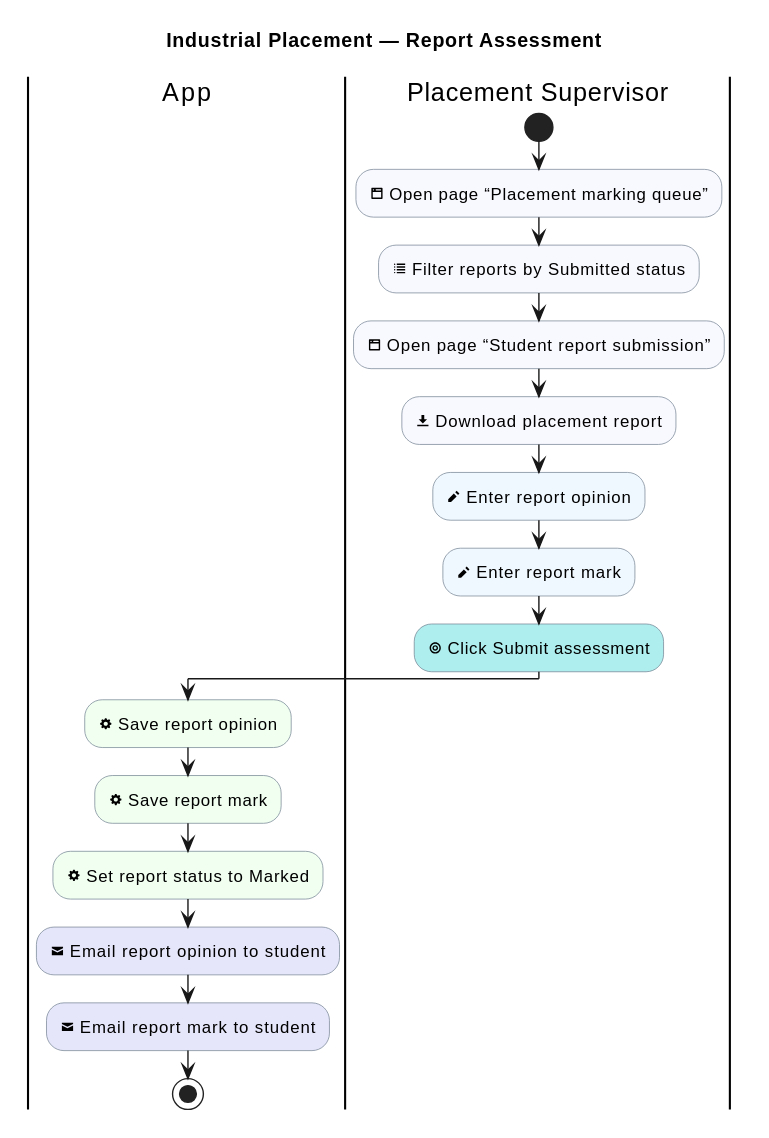
Above: industrial-placement-group-project/diagrams/industrial-placement/report-assessment.svg in sdflkjssl/sdflkjssl.github.io (PlantUML), before the change.
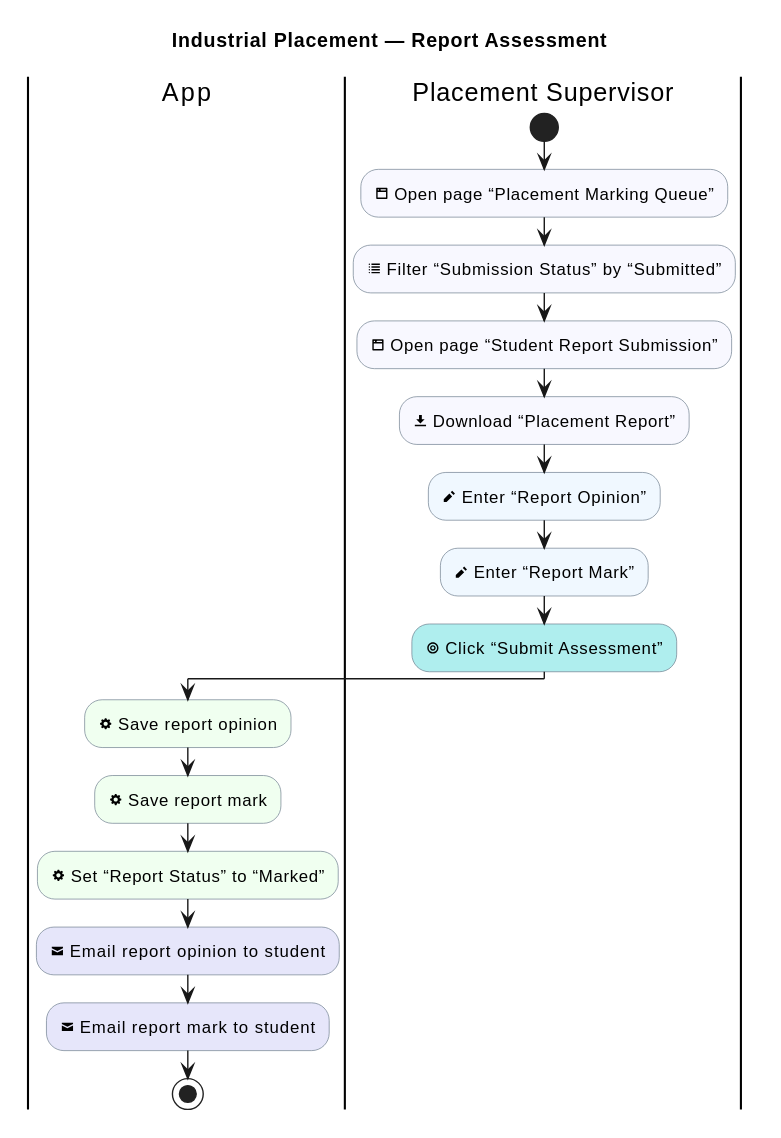
The same diagram one commit later.

What changed in the source:
```diff
@@ -12,18 +12,18 @@
 
 |Placement Supervisor|
 start
-:<&browser> Open page “Placement marking queue”; <<#GhostWhite>>
-:<&list> Filter reports by Submitted status; <<#GhostWhite>>
-:<&browser> Open page “Student report submission”; <<#GhostWhite>>
-:<&data-transfer-download> Download placement report; <<#GhostWhite>>
-:<&pencil> Enter report opinion; <<#AliceBlue>>
-:<&pencil> Enter report mark; <<#AliceBlue>>
-:<&target> Click Submit assessment; <<#PaleTurquoise>>
+:<&browser> Open page “Placement Marking Queue”; <<#GhostWhite>>
+:<&list> Filter “Submission Status” by “Submitted”; <<#GhostWhite>>
+:<&browser> Open page “Student Report Submission”; <<#GhostWhite>>
+:<&data-transfer-download> Download “Placement Report”; <<#GhostWhite>>
+:<&pencil> Enter “Report Opinion”; <<#AliceBlue>>
+:<&pencil> Enter “Report Mark”; <<#AliceBlue>>
+:<&target> Click “Submit Assessment”; <<#PaleTurquoise>>
 
 |App|
 :<&cog> Save report opinion; <<#HoneyDew>>
 :<&cog> Save report mark; <<#HoneyDew>>
-:<&cog> Set report status to Marked; <<#HoneyDew>>
+:<&cog> Set “Report Status” to “Marked”; <<#HoneyDew>>
 :<&envelope-closed> Email report opinion to student; <<#Lavender>>
 :<&envelope-closed> Email report mark to student; <<#Lavender>>
 stop
```
